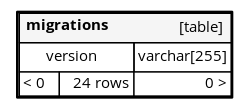
Before: schemaspy/output/diagrams/orphans/migrations.1degree.png, a diagram exported from Graphviz (WEBDIMENSION/design_db_api). Its source is kept beside it as schemaspy/output/diagrams/orphans/migrations.1degree.dot. Source of this version:
```dot
digraph "migrations" {
  graph [
    rankdir="RL"
    bgcolor="#ffffff"
    nodesep="0.18"
    ranksep="0.46"
    fontname="Helvetica"
    fontsize="11"
    ration="compress"
  ];
  node [
    fontname="Helvetica"
    fontsize="11"
    shape="plaintext"
  ];
  edge [
    arrowsize="0.8"
  ];
  "migrations" [
   label=<
    <TABLE BORDER="2" CELLBORDER="1" CELLSPACING="0" BGCOLOR="#ffffff">
      <TR><TD COLSPAN="4"  BGCOLOR="#f5f5f5"><TABLE BORDER="0" CELLSPACING="0"><TR><TD ALIGN="LEFT"><B>migrations</B></TD><TD ALIGN="RIGHT">[table]</TD></TR></TABLE></TD></TR>
      <TR><TD PORT="version" COLSPAN="2" ALIGN="LEFT"><TABLE BORDER="0" CELLSPACING="0" ALIGN="LEFT"><TR ALIGN="LEFT"><TD ALIGN="LEFT" FIXEDSIZE="TRUE" WIDTH="15" HEIGHT="16"></TD><TD ALIGN="LEFT" FIXEDSIZE="TRUE" WIDTH="65" HEIGHT="16">version</TD></TR></TABLE></TD><TD PORT="version.type" ALIGN="LEFT">varchar[255]</TD></TR>
      <TR><TD ALIGN="LEFT" BGCOLOR="#ffffff">&lt; 0</TD><TD ALIGN="RIGHT" BGCOLOR="#ffffff">24 rows</TD><TD ALIGN="RIGHT" BGCOLOR="#ffffff">0 &gt;</TD></TR>
    </TABLE>>
    URL="tables/migrations.html"
    target="_top"
    tooltip="migrations"
  ];
}
```
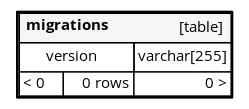
Later version of the same file.

Change to the diagram source:
```diff
@@ -21,7 +21,7 @@
     <TABLE BORDER="2" CELLBORDER="1" CELLSPACING="0" BGCOLOR="#ffffff">
       <TR><TD COLSPAN="4"  BGCOLOR="#f5f5f5"><TABLE BORDER="0" CELLSPACING="0"><TR><TD ALIGN="LEFT"><B>migrations</B></TD><TD ALIGN="RIGHT">[table]</TD></TR></TABLE></TD></TR>
       <TR><TD PORT="version" COLSPAN="2" ALIGN="LEFT"><TABLE BORDER="0" CELLSPACING="0" ALIGN="LEFT"><TR ALIGN="LEFT"><TD ALIGN="LEFT" FIXEDSIZE="TRUE" WIDTH="15" HEIGHT="16"></TD><TD ALIGN="LEFT" FIXEDSIZE="TRUE" WIDTH="65" HEIGHT="16">version</TD></TR></TABLE></TD><TD PORT="version.type" ALIGN="LEFT">varchar[255]</TD></TR>
-      <TR><TD ALIGN="LEFT" BGCOLOR="#ffffff">&lt; 0</TD><TD ALIGN="RIGHT" BGCOLOR="#ffffff">24 rows</TD><TD ALIGN="RIGHT" BGCOLOR="#ffffff">0 &gt;</TD></TR>
+      <TR><TD ALIGN="LEFT" BGCOLOR="#ffffff">&lt; 0</TD><TD ALIGN="RIGHT" BGCOLOR="#ffffff">0 rows</TD><TD ALIGN="RIGHT" BGCOLOR="#ffffff">0 &gt;</TD></TR>
     </TABLE>>
     URL="tables/migrations.html"
     target="_top"
```
